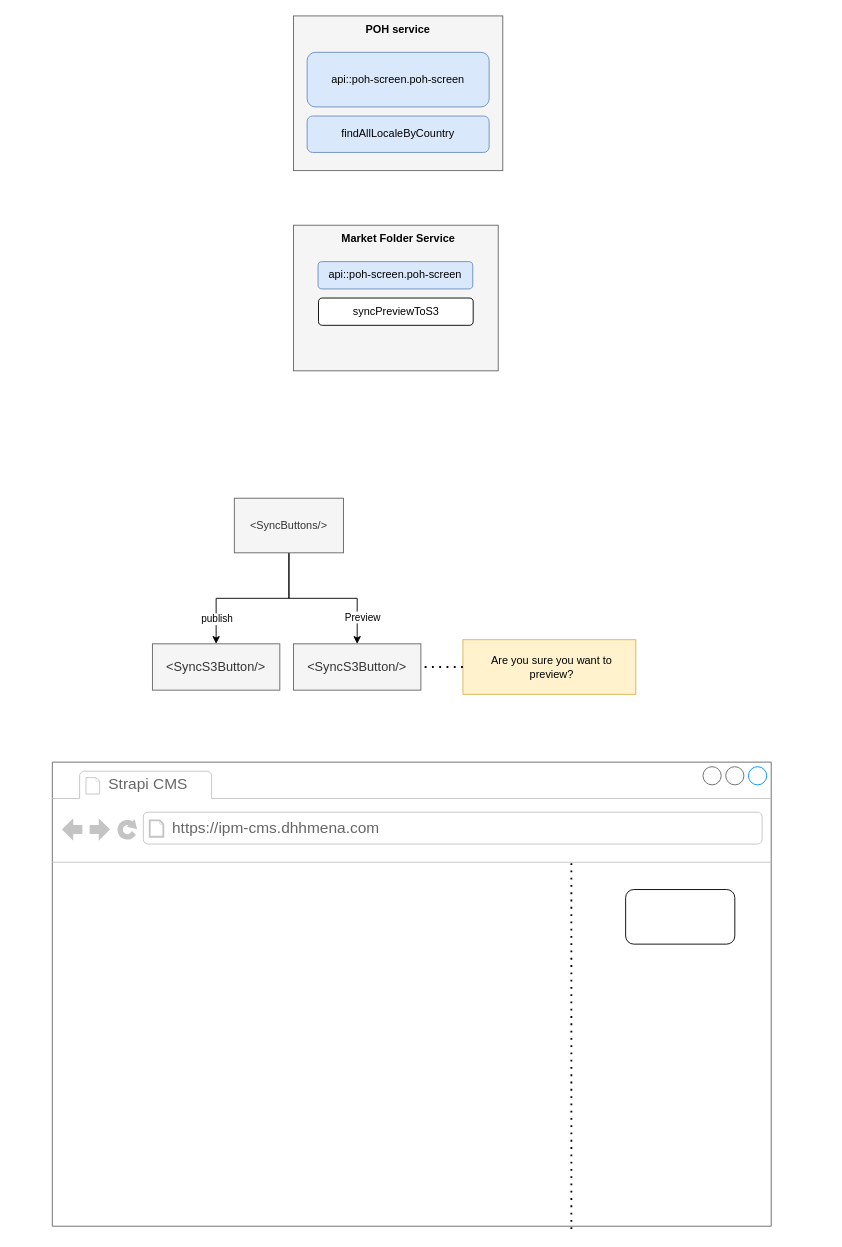
Above: IPM CMS/Untitled Diagram.drawio in abdul-alaa/diagrams (draw.io), before the change. Source tidied: cells renumbered, new cells numbered last; positions are measured from the earlier drawing's top-left corner, leaving out a move shared by most shapes. Both pictures are drawn from the tidied source at 91%, with x=0, y=0 at pixel (52, 15).
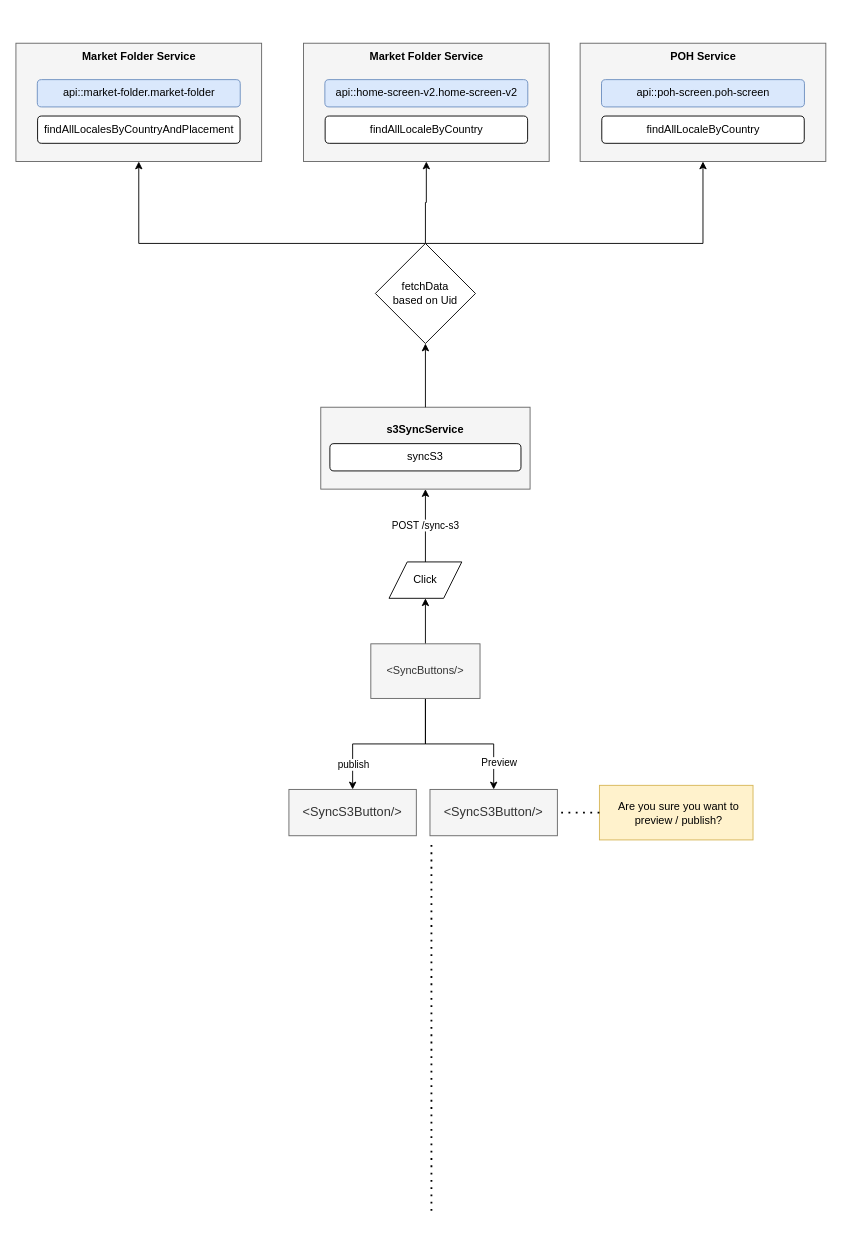
The same page after the edit.

Diff of the diagram source:
```diff
@@
     <mxCell id="2" style="rounded=0;whiteSpace=wrap;html=1;fillColor=#f5f5f5;fontColor=#333333;strokeColor=#666666;" parent="1" vertex="1">
-      <mxGeometry x="265" y="230" width="225" height="160" as="geometry" />
+      <mxGeometry x="276" y="30" width="270" height="130" as="geometry" />
     </mxCell>
-    <mxCell id="3" style="rounded=0;whiteSpace=wrap;html=1;fillColor=#f5f5f5;fontColor=#333333;strokeColor=#666666;" parent="1" vertex="1">
-      <mxGeometry x="265" width="230" height="170" as="geometry" />
-    </mxCell>
-    <mxCell id="4" value="api::poh-screen.poh-screen" style="rounded=1;whiteSpace=wrap;html=1;fillColor=#dae8fc;strokeColor=#6c8ebf;" parent="1" vertex="1">
-      <mxGeometry x="280" y="40" width="200" height="60" as="geometry" />
-    </mxCell>
-    <mxCell id="5" value="findAllLocaleByCountry" style="rounded=1;whiteSpace=wrap;html=1;fillColor=#dae8fc;strokeColor=#6c8ebf;" parent="1" vertex="1">
-      <mxGeometry x="280" y="110" width="200" height="40" as="geometry" />
-    </mxCell>
-    <mxCell id="6" value="&lt;b&gt;POH service&lt;/b&gt;" style="text;html=1;align=center;verticalAlign=middle;whiteSpace=wrap;rounded=0;" parent="1" vertex="1">
-      <mxGeometry x="300" width="160" height="30" as="geometry" />
-    </mxCell>
-    <mxCell id="7" value="syncPreviewToS3" style="rounded=1;whiteSpace=wrap;html=1;" parent="1" vertex="1">
-      <mxGeometry x="292.5" y="310" width="170" height="30" as="geometry" />
+    <mxCell id="7" value="findAllLocaleByCountry" style="rounded=1;whiteSpace=wrap;html=1;" parent="1" vertex="1">
+      <mxGeometry x="299.8" y="110" width="222.5" height="30" as="geometry" />
     </mxCell>
     <mxCell id="8" value="&lt;b&gt;Market Folder Service&lt;/b&gt;" style="text;html=1;align=center;verticalAlign=middle;whiteSpace=wrap;rounded=0;" parent="1" vertex="1">
-      <mxGeometry x="308.8" y="230" width="142.5" height="30" as="geometry" />
+      <mxGeometry x="339.8" y="30" width="142.5" height="30" as="geometry" />
     </mxCell>
-    <mxCell id="9" value="api::poh-screen.poh-screen" style="rounded=1;whiteSpace=wrap;html=1;fillColor=#dae8fc;strokeColor=#6c8ebf;" parent="1" vertex="1">
-      <mxGeometry x="292" y="270" width="170" height="30" as="geometry" />
+    <mxCell id="9" value="api::home-screen-v2.home-screen-v2" style="rounded=1;whiteSpace=wrap;html=1;fillColor=#dae8fc;strokeColor=#6c8ebf;" parent="1" vertex="1">
+      <mxGeometry x="299.5" y="70" width="223" height="30" as="geometry" />
     </mxCell>
     <mxCell id="10" value="&lt;SyncS3Button/&gt;" style="text;whiteSpace=wrap;fillColor=#f5f5f5;fontColor=#333333;strokeColor=#666666;align=center;verticalAlign=middle;fontSize=14;" parent="1" vertex="1">
-      <mxGeometry x="265" y="690" width="140" height="50.9" as="geometry" />
+      <mxGeometry x="415" y="850" width="140" height="50.9" as="geometry" />
     </mxCell>
-    <mxCell id="11" value="Are you sure you want to preview?" style="rounded=0;whiteSpace=wrap;html=1;spacingLeft=6;fillColor=#fff2cc;strokeColor=#d6b656;" parent="1" vertex="1">
-      <mxGeometry x="451.2" y="685.5" width="190" height="60" as="geometry" />
+    <mxCell id="11" value="Are you sure you want to preview / publish?" style="rounded=0;whiteSpace=wrap;html=1;spacingLeft=6;fillColor=#fff2cc;strokeColor=#d6b656;" parent="1" vertex="1">
+      <mxGeometry x="601.2" y="845.5" width="168.8" height="60" as="geometry" />
     </mxCell>
@@
+    <mxCell id="24" style="edgeStyle=orthogonalEdgeStyle;rounded=0;jettySize=auto;html=1;entryX=0.5;entryY=1;entryDx=0;entryDy=0;" parent="1" edge="1" source="15" target="26">
+      <mxGeometry relative="1" as="geometry" />
+    </mxCell>
     <mxCell id="15" value="&amp;lt;SyncButtons/&amp;gt;" style="rounded=0;whiteSpace=wrap;html=1;fillColor=#f5f5f5;fontColor=#333333;strokeColor=#666666;" parent="1" vertex="1">
-      <mxGeometry x="200" y="530" width="120" height="60" as="geometry" />
+      <mxGeometry x="350" y="690" width="120" height="60" as="geometry" />
     </mxCell>
     <mxCell id="16" value="&lt;SyncS3Button/&gt;" style="text;whiteSpace=wrap;fillColor=#f5f5f5;fontColor=#333333;strokeColor=#666666;align=center;verticalAlign=middle;fontSize=14;" parent="1" vertex="1">
-      <mxGeometry x="110" y="690" width="140" height="50.9" as="geometry" />
+      <mxGeometry x="260" y="850" width="140" height="50.9" as="geometry" />
     </mxCell>
     <mxCell id="17" value="publish" style="edgeLabel;html=1;align=center;verticalAlign=middle;" parent="1" vertex="1">
-      <mxGeometry x="176" y="646" as="geometry">
+      <mxGeometry x="326" y="806" as="geometry">
         <mxPoint x="4" y="16" as="offset" />
       </mxGeometry>
     </mxCell>
@@
-    <mxCell id="19" style="strokeWidth=1;shadow=0;dashed=0;align=center;html=1;shape=mxgraph.mockup.containers.browserWindow;rSize=0;strokeColor=#666666;strokeColor2=#008cff;strokeColor3=#c4c4c4;mainText=,;" parent="1" vertex="1">
-      <mxGeometry y="820" width="790" height="510" as="geometry" />
-    </mxCell>
-    <mxCell id="20" value="Strapi CMS" style="strokeWidth=1;shadow=0;dashed=0;align=center;html=1;shape=mxgraph.mockup.containers.anchor;fontSize=17;fontColor=#666666;align=left;whiteSpace=wrap;" parent="19" vertex="1">
-      <mxGeometry x="60" y="12" width="110" height="26" as="geometry" />
-    </mxCell>
-    <mxCell id="21" value="https://ipm-cms.dhhmena.com" style="strokeWidth=1;shadow=0;dashed=0;align=center;html=1;shape=mxgraph.mockup.containers.anchor;rSize=0;fontSize=17;fontColor=#666666;align=left;" parent="19" vertex="1">
-      <mxGeometry x="130" y="60" width="250" height="26" as="geometry" />
-    </mxCell>
-    <mxCell id="22" style="rounded=1;whiteSpace=wrap;html=1;" parent="19" vertex="1">
-      <mxGeometry x="630" y="140" width="120" height="60" as="geometry" />
-    </mxCell>
-    <mxCell id="23" style="endArrow=none;dashed=1;html=1;dashPattern=1 3;strokeWidth=2;rounded=0;entryX=0.722;entryY=0.214;entryDx=0;entryDy=0;entryPerimeter=0;exitX=0.722;exitY=1.006;exitDx=0;exitDy=0;exitPerimeter=0;" parent="1" edge="1" source="19" target="19">
-      <mxGeometry relative="1" as="geometry" />
+    <mxCell id="23" style="endArrow=none;dashed=1;html=1;dashPattern=1 3;strokeWidth=2;rounded=0;entryX=0.722;entryY=0.214;entryDx=0;entryDy=0;entryPerimeter=0;exitX=0.722;exitY=1.006;exitDx=0;exitDy=0;exitPerimeter=0;" parent="1" edge="1">
+      <mxGeometry relative="1" as="geometry">
+        <mxPoint x="416.6" y="1313.1" as="sourcePoint" />
+        <mxPoint x="416.6" y="909.1" as="targetPoint" />
+      </mxGeometry>
     </mxCell>
+    <mxCell id="25" value="POST /sync-s3" style="edgeStyle=orthogonalEdgeStyle;rounded=0;jettySize=auto;html=1;entryX=0.5;entryY=1;entryDx=0;entryDy=0;" parent="1" edge="1" source="26" target="28">
+      <mxGeometry relative="1" as="geometry" />
+    </mxCell>
+    <mxCell id="26" value="Click" style="shape=parallelogram;perimeter=parallelogramPerimeter;whiteSpace=wrap;html=1;fixedSize=1;" parent="1" vertex="1">
+      <mxGeometry x="370" y="600" width="80" height="40" as="geometry" />
+    </mxCell>
+    <mxCell id="27" style="group;" parent="1" vertex="1">
+      <mxGeometry x="295" y="430" width="230" height="90" as="geometry" />
+    </mxCell>
+    <mxCell id="28" style="rounded=0;whiteSpace=wrap;html=1;fillColor=#f5f5f5;fontColor=#333333;strokeColor=#666666;" parent="27" vertex="1">
+      <mxGeometry width="230" height="90" as="geometry" />
+    </mxCell>
+    <mxCell id="29" value="s3SyncService" style="text;html=1;align=center;verticalAlign=middle;whiteSpace=wrap;rounded=0;fontStyle=1;" parent="27" vertex="1">
+      <mxGeometry x="65" y="10" width="100" height="30" as="geometry" />
+    </mxCell>
+    <mxCell id="30" value="syncS3" style="rounded=1;whiteSpace=wrap;html=1;" parent="27" vertex="1">
+      <mxGeometry x="10" y="40" width="210" height="30" as="geometry" />
+    </mxCell>
+    <mxCell id="31" style="rounded=0;whiteSpace=wrap;html=1;fillColor=#f5f5f5;fontColor=#333333;strokeColor=#666666;" parent="1" vertex="1">
+      <mxGeometry x="580" y="30" width="270" height="130" as="geometry" />
+    </mxCell>
+    <mxCell id="5" value="findAllLocaleByCountry" style="rounded=1;whiteSpace=wrap;html=1;" parent="1" vertex="1">
+      <mxGeometry x="603.8" y="110" width="222.5" height="30" as="geometry" />
+    </mxCell>
+    <mxCell id="32" value="&lt;b&gt;POH Service&lt;/b&gt;" style="text;html=1;align=center;verticalAlign=middle;whiteSpace=wrap;rounded=0;" parent="1" vertex="1">
+      <mxGeometry x="643.8" y="30" width="142.5" height="30" as="geometry" />
+    </mxCell>
+    <mxCell id="4" value="api::poh-screen.poh-screen" style="rounded=1;whiteSpace=wrap;html=1;fillColor=#dae8fc;strokeColor=#6c8ebf;" parent="1" vertex="1">
+      <mxGeometry x="603.5" y="70" width="223" height="30" as="geometry" />
+    </mxCell>
+    <mxCell id="33" style="rounded=0;whiteSpace=wrap;html=1;fillColor=#f5f5f5;fontColor=#333333;strokeColor=#666666;" parent="1" vertex="1">
+      <mxGeometry x="-40" y="30" width="270" height="130" as="geometry" />
+    </mxCell>
+    <mxCell id="34" value="findAllLocalesByCountryAndPlacement" style="rounded=1;whiteSpace=wrap;html=1;" parent="1" vertex="1">
+      <mxGeometry x="-16.2" y="110" width="222.5" height="30" as="geometry" />
+    </mxCell>
+    <mxCell id="35" value="&lt;b&gt;Market Folder Service&lt;/b&gt;" style="text;html=1;align=center;verticalAlign=middle;whiteSpace=wrap;rounded=0;" parent="1" vertex="1">
+      <mxGeometry x="23.8" y="30" width="142.5" height="30" as="geometry" />
+    </mxCell>
+    <mxCell id="36" value="api::market-folder.market-folder" style="rounded=1;whiteSpace=wrap;html=1;fillColor=#dae8fc;strokeColor=#6c8ebf;" parent="1" vertex="1">
+      <mxGeometry x="-16.5" y="70" width="223" height="30" as="geometry" />
+    </mxCell>
+    <mxCell id="37" style="edgeStyle=orthogonalEdgeStyle;rounded=0;jettySize=auto;html=1;entryX=0.5;entryY=1;entryDx=0;entryDy=0;" parent="1" edge="1" source="28" target="41">
+      <mxGeometry relative="1" as="geometry" />
+    </mxCell>
+    <mxCell id="38" style="edgeStyle=orthogonalEdgeStyle;rounded=0;jettySize=auto;html=1;entryX=0.5;entryY=1;entryDx=0;entryDy=0;" parent="1" edge="1" source="41" target="2">
+      <mxGeometry relative="1" as="geometry" />
+    </mxCell>
+    <mxCell id="39" style="edgeStyle=orthogonalEdgeStyle;rounded=0;jettySize=auto;html=1;entryX=0.5;entryY=1;entryDx=0;entryDy=0;" parent="1" edge="1" source="41" target="31">
+      <mxGeometry relative="1" as="geometry">
+        <Array as="points">
+          <mxPoint x="715" y="250" />
+        </Array>
+      </mxGeometry>
+    </mxCell>
+    <mxCell id="40" style="edgeStyle=orthogonalEdgeStyle;rounded=0;jettySize=auto;html=1;entryX=0.5;entryY=1;entryDx=0;entryDy=0;" parent="1" edge="1" source="41" target="33">
+      <mxGeometry relative="1" as="geometry">
+        <Array as="points">
+          <mxPoint x="95" y="250" />
+        </Array>
+      </mxGeometry>
+    </mxCell>
+    <mxCell id="41" value="fetchData &lt;br&gt;based on Uid" style="rhombus;whiteSpace=wrap;html=1;" parent="1" vertex="1">
+      <mxGeometry x="355" y="250" width="110" height="110" as="geometry" />
+    </mxCell>
```
